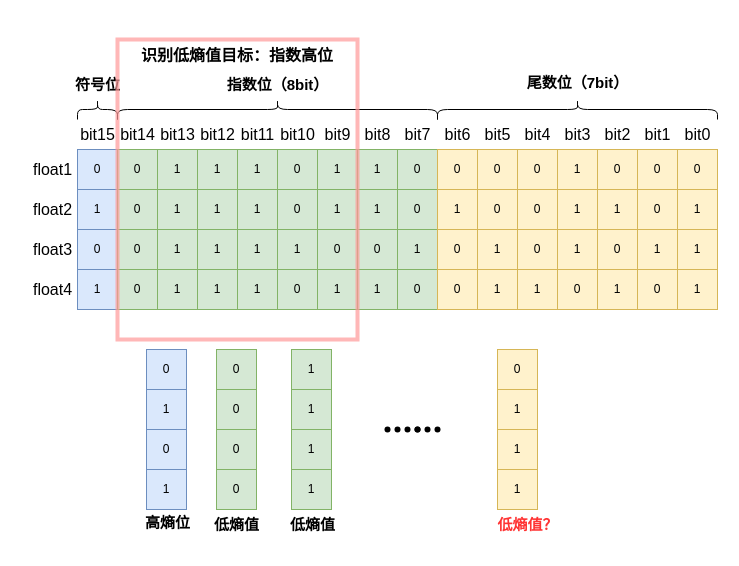
lucky6six/SJTU-lz keeps this draw.io diagram as figures/0401比特粒度实现的复杂性.drawio. Above is the earlier version. Source tidied: cells renumbered, new cells numbered last; positions are measured from the earlier drawing's top-left corner, leaving out a move shared by most shapes. Both pictures are drawn from the tidied source at 100%, with x=0, y=0 at pixel (22, 39).
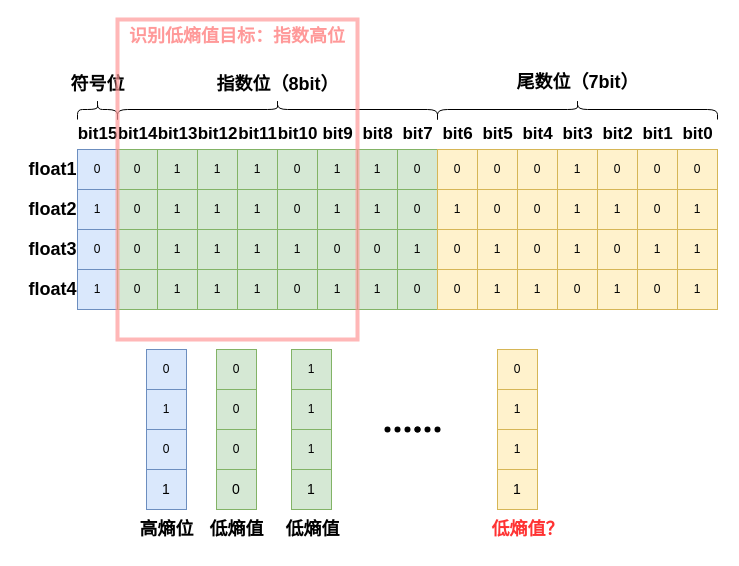
After the change.

Change to the diagram source:
```diff
@@
-    <mxCell id="66" value="float1" style="text;html=1;align=center;verticalAlign=middle;strokeColor=none;fillColor=none;fontSize=16;" parent="1" vertex="1">
-      <mxGeometry y="115" width="60" height="30" as="geometry" />
+    <mxCell id="66" value="float1" style="text;html=1;align=center;verticalAlign=middle;strokeColor=none;fillColor=none;fontSize=18;fontStyle=1;" parent="1" vertex="1">
+      <mxGeometry x="-5" y="110" width="70" height="40" as="geometry" />
     </mxCell>
-    <mxCell id="67" value="bit15" style="text;html=1;align=center;verticalAlign=middle;strokeColor=none;fillColor=none;fontSize=16;" parent="1" vertex="1">
+    <mxCell id="67" value="bit15" style="text;html=1;align=center;verticalAlign=middle;strokeColor=none;fillColor=none;fontSize=17;fontStyle=1;" parent="1" vertex="1">
       <mxGeometry x="45" y="80" width="60" height="30" as="geometry" />
     </mxCell>
-    <mxCell id="68" value="bit14" style="text;html=1;align=center;verticalAlign=middle;strokeColor=none;fillColor=none;fontSize=16;" parent="1" vertex="1">
+    <mxCell id="68" value="bit14" style="text;html=1;align=center;verticalAlign=middle;strokeColor=none;fillColor=none;fontSize=17;fontStyle=1;" parent="1" vertex="1">
       <mxGeometry x="85" y="80" width="60" height="30" as="geometry" />
     </mxCell>
-    <mxCell id="69" value="bit13" style="text;html=1;align=center;verticalAlign=middle;strokeColor=none;fillColor=none;fontSize=16;" parent="1" vertex="1">
+    <mxCell id="69" value="bit13" style="text;html=1;align=center;verticalAlign=middle;strokeColor=none;fillColor=none;fontSize=17;fontStyle=1;" parent="1" vertex="1">
       <mxGeometry x="125" y="80" width="60" height="30" as="geometry" />
     </mxCell>
-    <mxCell id="70" value="bit12" style="text;html=1;align=center;verticalAlign=middle;strokeColor=none;fillColor=none;fontSize=16;" parent="1" vertex="1">
+    <mxCell id="70" value="bit12" style="text;html=1;align=center;verticalAlign=middle;strokeColor=none;fillColor=none;fontSize=17;fontStyle=1;" parent="1" vertex="1">
       <mxGeometry x="165" y="80" width="60" height="30" as="geometry" />
     </mxCell>
-    <mxCell id="71" value="bit9" style="text;html=1;align=center;verticalAlign=middle;strokeColor=none;fillColor=none;fontSize=16;" parent="1" vertex="1">
+    <mxCell id="71" value="bit9" style="text;html=1;align=center;verticalAlign=middle;strokeColor=none;fillColor=none;fontSize=17;fontStyle=1;" parent="1" vertex="1">
       <mxGeometry x="290" y="80" width="50" height="30" as="geometry" />
     </mxCell>
-    <mxCell id="72" value="bit8" style="text;html=1;align=center;verticalAlign=middle;strokeColor=none;fillColor=none;fontSize=16;" parent="1" vertex="1">
+    <mxCell id="72" value="bit8" style="text;html=1;align=center;verticalAlign=middle;strokeColor=none;fillColor=none;fontSize=17;fontStyle=1;" parent="1" vertex="1">
       <mxGeometry x="330" y="80" width="50" height="30" as="geometry" />
     </mxCell>
-    <mxCell id="73" value="bit11" style="text;html=1;align=center;verticalAlign=middle;strokeColor=none;fillColor=none;fontSize=16;" parent="1" vertex="1">
+    <mxCell id="73" value="bit11" style="text;html=1;align=center;verticalAlign=middle;strokeColor=none;fillColor=none;fontSize=17;fontStyle=1;" parent="1" vertex="1">
       <mxGeometry x="205" y="80" width="60" height="30" as="geometry" />
     </mxCell>
-    <mxCell id="74" value="bit10" style="text;html=1;align=center;verticalAlign=middle;strokeColor=none;fillColor=none;fontSize=16;" parent="1" vertex="1">
+    <mxCell id="74" value="bit10" style="text;html=1;align=center;verticalAlign=middle;strokeColor=none;fillColor=none;fontSize=17;fontStyle=1;" parent="1" vertex="1">
       <mxGeometry x="245" y="80" width="60" height="30" as="geometry" />
     </mxCell>
-    <mxCell id="75" value="bit7" style="text;html=1;align=center;verticalAlign=middle;strokeColor=none;fillColor=none;fontSize=16;" parent="1" vertex="1">
+    <mxCell id="75" value="bit7" style="text;html=1;align=center;verticalAlign=middle;strokeColor=none;fillColor=none;fontSize=17;fontStyle=1;" parent="1" vertex="1">
       <mxGeometry x="370" y="80" width="50" height="30" as="geometry" />
     </mxCell>
-    <mxCell id="76" value="bit6" style="text;html=1;align=center;verticalAlign=middle;strokeColor=none;fillColor=none;fontSize=16;" parent="1" vertex="1">
+    <mxCell id="76" value="bit6" style="text;html=1;align=center;verticalAlign=middle;strokeColor=none;fillColor=none;fontSize=17;fontStyle=1;" parent="1" vertex="1">
       <mxGeometry x="410" y="80" width="50" height="30" as="geometry" />
     </mxCell>
-    <mxCell id="77" value="bit5" style="text;html=1;align=center;verticalAlign=middle;strokeColor=none;fillColor=none;fontSize=16;" parent="1" vertex="1">
+    <mxCell id="77" value="bit5" style="text;html=1;align=center;verticalAlign=middle;strokeColor=none;fillColor=none;fontSize=17;fontStyle=1;" parent="1" vertex="1">
       <mxGeometry x="450" y="80" width="50" height="30" as="geometry" />
     </mxCell>
-    <mxCell id="78" value="bit4" style="text;html=1;align=center;verticalAlign=middle;strokeColor=none;fillColor=none;fontSize=16;" parent="1" vertex="1">
+    <mxCell id="78" value="bit4" style="text;html=1;align=center;verticalAlign=middle;strokeColor=none;fillColor=none;fontSize=17;fontStyle=1;" parent="1" vertex="1">
       <mxGeometry x="490" y="80" width="50" height="30" as="geometry" />
     </mxCell>
-    <mxCell id="79" value="bit1" style="text;html=1;align=center;verticalAlign=middle;strokeColor=none;fillColor=none;fontSize=16;" parent="1" vertex="1">
+    <mxCell id="79" value="bit1" style="text;html=1;align=center;verticalAlign=middle;strokeColor=none;fillColor=none;fontSize=17;fontStyle=1;" parent="1" vertex="1">
       <mxGeometry x="610" y="80" width="50" height="30" as="geometry" />
     </mxCell>
-    <mxCell id="80" value="bit0" style="text;html=1;align=center;verticalAlign=middle;strokeColor=none;fillColor=none;fontSize=16;" parent="1" vertex="1">
+    <mxCell id="80" value="bit0" style="text;html=1;align=center;verticalAlign=middle;strokeColor=none;fillColor=none;fontSize=17;fontStyle=1;" parent="1" vertex="1">
       <mxGeometry x="650" y="80" width="50" height="30" as="geometry" />
     </mxCell>
-    <mxCell id="81" value="bit3" style="text;html=1;align=center;verticalAlign=middle;strokeColor=none;fillColor=none;fontSize=16;" parent="1" vertex="1">
+    <mxCell id="81" value="bit3" style="text;html=1;align=center;verticalAlign=middle;strokeColor=none;fillColor=none;fontSize=17;fontStyle=1;" parent="1" vertex="1">
       <mxGeometry x="530" y="80" width="50" height="30" as="geometry" />
     </mxCell>
-    <mxCell id="82" value="bit2" style="text;html=1;align=center;verticalAlign=middle;strokeColor=none;fillColor=none;fontSize=16;" parent="1" vertex="1">
+    <mxCell id="82" value="bit2" style="text;html=1;align=center;verticalAlign=middle;strokeColor=none;fillColor=none;fontSize=17;fontStyle=1;" parent="1" vertex="1">
       <mxGeometry x="570" y="80" width="50" height="30" as="geometry" />
     </mxCell>
-    <mxCell id="83" value="float2" style="text;html=1;align=center;verticalAlign=middle;strokeColor=none;fillColor=none;fontSize=16;" parent="1" vertex="1">
-      <mxGeometry y="155" width="60" height="30" as="geometry" />
+    <mxCell id="83" value="float2" style="text;html=1;align=center;verticalAlign=middle;strokeColor=none;fillColor=none;fontSize=18;fontStyle=1;" parent="1" vertex="1">
+      <mxGeometry x="-5" y="150" width="70" height="40" as="geometry" />
     </mxCell>
-    <mxCell id="84" value="float4" style="text;html=1;align=center;verticalAlign=middle;strokeColor=none;fillColor=none;fontSize=16;" parent="1" vertex="1">
-      <mxGeometry y="235" width="60" height="30" as="geometry" />
+    <mxCell id="84" value="float4" style="text;html=1;align=center;verticalAlign=middle;strokeColor=none;fillColor=none;fontSize=18;fontStyle=1;" parent="1" vertex="1">
+      <mxGeometry x="-5" y="230" width="70" height="40" as="geometry" />
     </mxCell>
-    <mxCell id="85" value="float3" style="text;html=1;align=center;verticalAlign=middle;strokeColor=none;fillColor=none;fontSize=16;" parent="1" vertex="1">
-      <mxGeometry y="195" width="60" height="30" as="geometry" />
+    <mxCell id="85" value="float3" style="text;html=1;align=center;verticalAlign=middle;strokeColor=none;fillColor=none;fontSize=18;fontStyle=1;" parent="1" vertex="1">
+      <mxGeometry x="-5" y="190" width="70" height="40" as="geometry" />
     </mxCell>
-    <mxCell id="86" style="shape=curlyBracket;whiteSpace=wrap;html=1;rounded=1;labelPosition=left;verticalLabelPosition=middle;align=right;verticalAlign=middle;direction=south;fontStyle=1;fontSize=15;" parent="1" vertex="1">
+    <mxCell id="86" style="shape=curlyBracket;whiteSpace=wrap;html=1;rounded=1;labelPosition=left;verticalLabelPosition=middle;align=right;verticalAlign=middle;direction=south;fontStyle=1;fontSize=17;" parent="1" vertex="1">
       <mxGeometry x="415" y="60" width="280" height="20" as="geometry" />
     </mxCell>
-    <mxCell id="87" value="尾数位（7bit）" style="text;html=1;align=center;verticalAlign=middle;strokeColor=none;fillColor=none;fontStyle=1;fontSize=15;" parent="1" vertex="1">
-      <mxGeometry x="495" y="28" width="120" height="30" as="geometry" />
+    <mxCell id="87" value="尾数位（7bit）" style="text;html=1;align=center;verticalAlign=middle;strokeColor=none;fillColor=none;fontStyle=1;fontSize=18;" parent="1" vertex="1">
+      <mxGeometry x="485" y="23" width="140" height="40" as="geometry" />
     </mxCell>
-    <mxCell id="88" style="shape=curlyBracket;whiteSpace=wrap;html=1;rounded=1;labelPosition=left;verticalLabelPosition=middle;align=right;verticalAlign=middle;direction=south;fontStyle=1;fontSize=15;" parent="1" vertex="1">
+    <mxCell id="88" style="shape=curlyBracket;whiteSpace=wrap;html=1;rounded=1;labelPosition=left;verticalLabelPosition=middle;align=right;verticalAlign=middle;direction=south;fontStyle=1;fontSize=18;" parent="1" vertex="1">
       <mxGeometry x="95" y="60" width="320" height="20" as="geometry" />
     </mxCell>
-    <mxCell id="89" value="指数位（8bit）" style="text;html=1;align=center;verticalAlign=middle;strokeColor=none;fillColor=none;fontStyle=1;fontSize=15;" parent="1" vertex="1">
-      <mxGeometry x="195" y="30" width="120" height="30" as="geometry" />
+    <mxCell id="89" value="指数位（8bit）" style="text;html=1;align=center;verticalAlign=middle;strokeColor=none;fillColor=none;fontStyle=1;fontSize=18;" parent="1" vertex="1">
+      <mxGeometry x="185" y="25" width="140" height="40" as="geometry" />
     </mxCell>
-    <mxCell id="90" style="shape=curlyBracket;whiteSpace=wrap;html=1;rounded=1;labelPosition=left;verticalLabelPosition=middle;align=right;verticalAlign=middle;direction=south;fontStyle=1;fontSize=15;" parent="1" vertex="1">
+    <mxCell id="90" style="shape=curlyBracket;whiteSpace=wrap;html=1;rounded=1;labelPosition=left;verticalLabelPosition=middle;align=right;verticalAlign=middle;direction=south;fontStyle=1;fontSize=18;" parent="1" vertex="1">
       <mxGeometry x="55" y="60" width="40" height="20" as="geometry" />
     </mxCell>
-    <mxCell id="91" value="符号位" style="text;html=1;align=center;verticalAlign=middle;strokeColor=none;fillColor=none;fontStyle=1;fontSize=15;" parent="1" vertex="1">
-      <mxGeometry x="40" y="30" width="70" height="30" as="geometry" />
+    <mxCell id="91" value="符号位" style="text;html=1;align=center;verticalAlign=middle;strokeColor=none;fillColor=none;fontStyle=1;fontSize=18;" parent="1" vertex="1">
+      <mxGeometry x="35" y="25" width="80" height="40" as="geometry" />
     </mxCell>
@@
-    <mxCell id="95" value="1" style="rounded=0;whiteSpace=wrap;html=1;fillColor=#dae8fc;strokeColor=#6c8ebf;" parent="1" vertex="1">
+    <mxCell id="95" value="1" style="rounded=0;whiteSpace=wrap;html=1;fillColor=#dae8fc;strokeColor=#6c8ebf;fontSize=14;" parent="1" vertex="1">
       <mxGeometry x="124" y="430" width="40" height="40" as="geometry" />
     </mxCell>
@@
-    <mxCell id="99" value="0" style="rounded=0;whiteSpace=wrap;html=1;fillColor=#d5e8d4;strokeColor=#82b366;" parent="1" vertex="1">
+    <mxCell id="99" value="0" style="rounded=0;whiteSpace=wrap;html=1;fillColor=#d5e8d4;strokeColor=#82b366;fontSize=14;" parent="1" vertex="1">
       <mxGeometry x="194" y="430" width="40" height="40" as="geometry" />
     </mxCell>
@@
-    <mxCell id="103" value="1" style="rounded=0;whiteSpace=wrap;html=1;fillColor=#d5e8d4;strokeColor=#82b366;" parent="1" vertex="1">
+    <mxCell id="103" value="1" style="rounded=0;whiteSpace=wrap;html=1;fillColor=#d5e8d4;strokeColor=#82b366;fontSize=14;" parent="1" vertex="1">
       <mxGeometry x="269" y="430" width="40" height="40" as="geometry" />
     </mxCell>
@@
-    <mxCell id="107" value="1" style="rounded=0;whiteSpace=wrap;html=1;fillColor=#fff2cc;strokeColor=#d6b656;" parent="1" vertex="1">
+    <mxCell id="107" value="1" style="rounded=0;whiteSpace=wrap;html=1;fillColor=#fff2cc;strokeColor=#d6b656;fontSize=14;" parent="1" vertex="1">
       <mxGeometry x="475" y="430" width="40" height="40" as="geometry" />
     </mxCell>
@@
-    <mxCell id="115" value="高熵位" style="text;html=1;align=center;verticalAlign=middle;strokeColor=none;fillColor=none;fontSize=15;fontStyle=1;" parent="1" vertex="1">
-      <mxGeometry x="110" y="468" width="70" height="30" as="geometry" />
+    <mxCell id="115" value="高熵位" style="text;html=1;align=center;verticalAlign=middle;strokeColor=none;fillColor=none;fontSize=18;fontStyle=1;" parent="1" vertex="1">
+      <mxGeometry x="104" y="470" width="80" height="40" as="geometry" />
     </mxCell>
-    <mxCell id="116" value="低熵值？" style="text;html=1;align=center;verticalAlign=middle;strokeColor=none;fillColor=none;fontSize=15;fontStyle=1;fontColor=#FF3333;" parent="1" vertex="1">
-      <mxGeometry x="465" y="470" width="80" height="30" as="geometry" />
+    <mxCell id="116" value="低熵值？" style="text;html=1;align=center;verticalAlign=middle;strokeColor=none;fillColor=none;fontSize=18;fontStyle=1;fontColor=#FF3333;" parent="1" vertex="1">
+      <mxGeometry x="455" y="470" width="100" height="40" as="geometry" />
     </mxCell>
-    <mxCell id="117" value="低熵值" style="text;html=1;align=center;verticalAlign=middle;strokeColor=none;fillColor=none;fontSize=15;fontStyle=1;" parent="1" vertex="1">
-      <mxGeometry x="179" y="470" width="70" height="30" as="geometry" />
+    <mxCell id="117" value="低熵值" style="text;html=1;align=center;verticalAlign=middle;strokeColor=none;fillColor=none;fontSize=18;fontStyle=1;" parent="1" vertex="1">
+      <mxGeometry x="174" y="470" width="80" height="40" as="geometry" />
     </mxCell>
-    <mxCell id="118" value="低熵值" style="text;html=1;align=center;verticalAlign=middle;strokeColor=none;fillColor=none;fontSize=15;fontStyle=1;" parent="1" vertex="1">
-      <mxGeometry x="255" y="470" width="70" height="30" as="geometry" />
+    <mxCell id="118" value="低熵值" style="text;html=1;align=center;verticalAlign=middle;strokeColor=none;fillColor=none;fontSize=18;fontStyle=1;" parent="1" vertex="1">
+      <mxGeometry x="250" y="470" width="80" height="40" as="geometry" />
     </mxCell>
-    <mxCell id="119" value="识别低熵值目标：指数高位" style="rounded=0;whiteSpace=wrap;html=1;strokeWidth=4;strokeColor=#FF9999;opacity=70;fillColor=none;verticalAlign=top;fontSize=16;fontStyle=1;" parent="1" vertex="1">
-      <mxGeometry x="95" width="240" height="300" as="geometry" />
+    <mxCell id="119" value="识别低熵值目标：指数高位" style="rounded=0;whiteSpace=wrap;html=1;strokeWidth=4;strokeColor=#FF9999;opacity=70;fillColor=none;verticalAlign=top;fontSize=18;fontStyle=1;fontColor=#FF9999;" parent="1" vertex="1">
+      <mxGeometry x="95" y="-20" width="240" height="320" as="geometry" />
     </mxCell>
```
